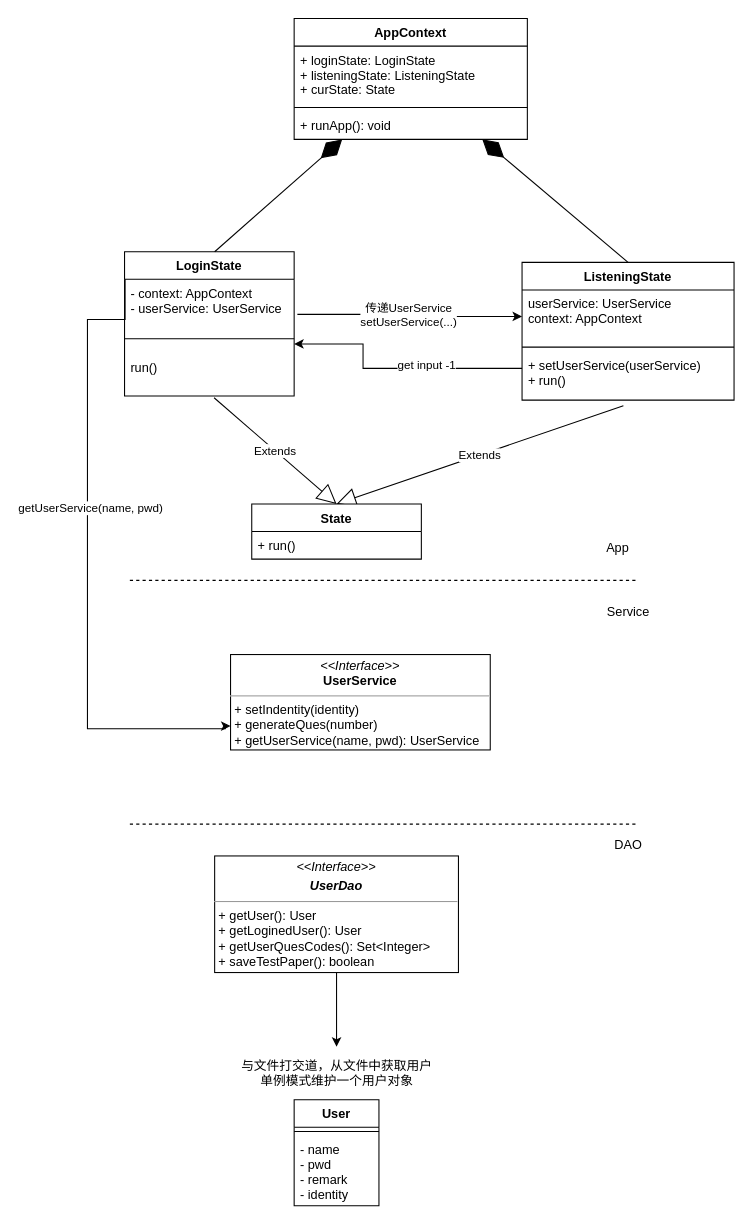
Above: Untitled Diagram.drawio in bankarian/pics (draw.io), before the change. Source tidied: cells renumbered, new cells numbered last; positions are measured from the earlier drawing's top-left corner, leaving out a move shared by most shapes. Both pictures are drawn from the tidied source at 106%, with x=0, y=0 at pixel (87, 18).
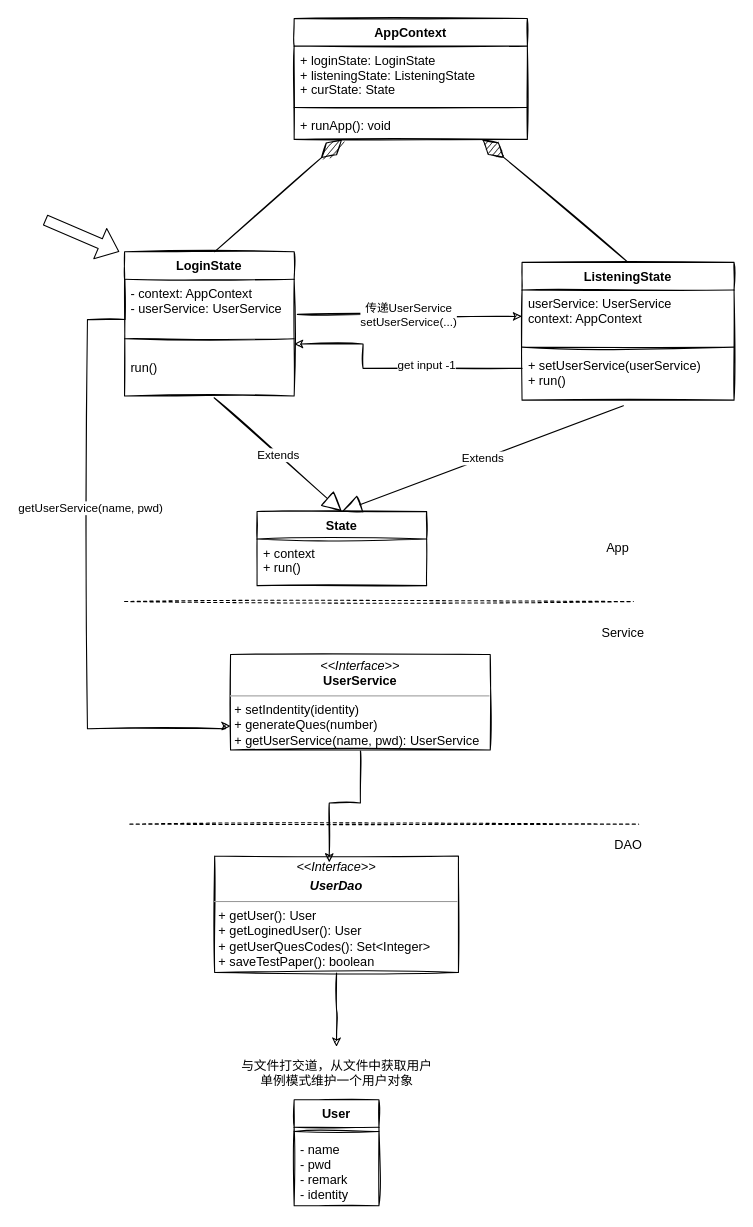
The same diagram, later.

Diff of the diagram source:
```diff
@@
-    <mxCell id="2" style="endArrow=none;dashed=1;html=1;" parent="1" edge="1">
+    <mxCell id="2" style="endArrow=none;dashed=1;html=1;sketch=1;" parent="1" edge="1">
       <mxGeometry relative="1" as="geometry">
         <mxPoint x="40" y="760" as="sourcePoint" />
         <mxPoint x="520" y="760" as="targetPoint" />
       </mxGeometry>
     </mxCell>
-    <mxCell id="3" value="DAO" style="text;html=1;align=center;verticalAlign=middle;" parent="1" vertex="1">
+    <mxCell id="3" value="DAO" style="text;html=1;align=center;verticalAlign=middle;sketch=1;" parent="1" vertex="1">
       <mxGeometry x="490" y="770" width="40" height="20" as="geometry" />
     </mxCell>
-    <mxCell id="4" style="endArrow=none;dashed=1;html=1;" parent="1" edge="1">
+    <mxCell id="4" style="endArrow=none;dashed=1;html=1;sketch=1;" parent="1" edge="1">
       <mxGeometry relative="1" as="geometry">
-        <mxPoint x="40" y="530" as="sourcePoint" />
-        <mxPoint x="520" y="530" as="targetPoint" />
+        <mxPoint x="35" y="550" as="sourcePoint" />
+        <mxPoint x="515" y="550" as="targetPoint" />
       </mxGeometry>
     </mxCell>
-    <mxCell id="5" value="Service" style="text;html=1;align=center;verticalAlign=middle;" parent="1" vertex="1">
-      <mxGeometry x="480" y="550" width="60" height="20" as="geometry" />
+    <mxCell id="5" value="Service" style="text;html=1;align=center;verticalAlign=middle;sketch=1;" parent="1" vertex="1">
+      <mxGeometry x="475" y="570" width="60" height="20" as="geometry" />
     </mxCell>
-    <mxCell id="6" value="App" style="text;html=1;align=center;verticalAlign=middle;" parent="1" vertex="1">
+    <mxCell id="6" value="App" style="text;html=1;align=center;verticalAlign=middle;sketch=1;" parent="1" vertex="1">
       <mxGeometry x="480" y="490" width="40" height="20" as="geometry" />
     </mxCell>
-    <mxCell id="7" style="edgeStyle=orthogonalEdgeStyle;rounded=0;jettySize=auto;html=1;" parent="1" edge="1" source="12">
+    <mxCell id="7" style="edgeStyle=orthogonalEdgeStyle;rounded=0;jettySize=auto;html=1;sketch=1;" parent="1" edge="1" source="12">
       <mxGeometry relative="1" as="geometry">
         <mxPoint x="235" y="970" as="targetPoint" />
       </mxGeometry>
     </mxCell>
-    <mxCell id="8" value="AppContext" style="swimlane;fontStyle=1;align=center;verticalAlign=top;horizontal=1;startSize=26;" parent="1" vertex="1">
+    <mxCell id="8" value="AppContext" style="swimlane;fontStyle=1;align=center;verticalAlign=top;horizontal=1;startSize=26;sketch=1;" parent="1" vertex="1">
       <mxGeometry x="195" width="220" height="114" as="geometry" />
     </mxCell>
-    <mxCell id="9" value="+ loginState: LoginState&#10;+ listeningState: ListeningState&#10;+ curState: State" style="text;strokeColor=none;fillColor=none;align=left;verticalAlign=top;spacingLeft=4;spacingRight=4;overflow=hidden;" parent="8" vertex="1">
+    <mxCell id="9" value="+ loginState: LoginState&#10;+ listeningState: ListeningState&#10;+ curState: State" style="text;strokeColor=none;fillColor=none;align=left;verticalAlign=top;spacingLeft=4;spacingRight=4;overflow=hidden;sketch=1;" parent="8" vertex="1">
       <mxGeometry y="26" width="220" height="54" as="geometry" />
     </mxCell>
-    <mxCell id="10" style="line;strokeWidth=1;fillColor=none;align=left;verticalAlign=middle;spacingTop=-1;spacingLeft=3;spacingRight=3;labelPosition=right;" parent="8" vertex="1">
+    <mxCell id="10" style="line;strokeWidth=1;fillColor=none;align=left;verticalAlign=middle;spacingTop=-1;spacingLeft=3;spacingRight=3;labelPosition=right;sketch=1;" parent="8" vertex="1">
       <mxGeometry y="80" width="220" height="8" as="geometry" />
     </mxCell>
-    <mxCell id="11" value="+ runApp(): void" style="text;strokeColor=none;fillColor=none;align=left;verticalAlign=top;spacingLeft=4;spacingRight=4;overflow=hidden;" parent="8" vertex="1">
+    <mxCell id="11" value="+ runApp(): void" style="text;strokeColor=none;fillColor=none;align=left;verticalAlign=top;spacingLeft=4;spacingRight=4;overflow=hidden;sketch=1;" parent="8" vertex="1">
       <mxGeometry y="88" width="220" height="26" as="geometry" />
     </mxCell>
-    <mxCell id="12" value="&lt;p style=&quot;margin: 0px ; margin-top: 4px ; text-align: center&quot;&gt;&lt;i&gt;&amp;lt;&amp;lt;Interface&amp;gt;&amp;gt;&lt;/i&gt;&lt;br&gt;&lt;/p&gt;&lt;p style=&quot;margin: 0px ; margin-top: 4px ; text-align: center&quot;&gt;&lt;i&gt;&lt;b&gt;UserDao&lt;/b&gt;&lt;/i&gt;&lt;/p&gt;&lt;hr size=&quot;1&quot;&gt;&lt;p style=&quot;margin: 0px ; margin-left: 4px&quot;&gt;+ getUser(): User&lt;/p&gt;&lt;p style=&quot;margin: 0px ; margin-left: 4px&quot;&gt;+ getLoginedUser(): User&lt;/p&gt;&lt;p style=&quot;margin: 0px ; margin-left: 4px&quot;&gt;+ getUserQuesCodes(): Set&amp;lt;Integer&amp;gt;&lt;/p&gt;&lt;p style=&quot;margin: 0px ; margin-left: 4px&quot;&gt;+ saveTestPaper(): boolean&lt;/p&gt;&lt;p style=&quot;margin: 0px ; margin-left: 4px&quot;&gt;&lt;br&gt;&lt;/p&gt;" style="verticalAlign=top;align=left;overflow=fill;fontSize=12;fontFamily=Helvetica;html=1;" parent="1" vertex="1">
+    <mxCell id="12" value="&lt;p style=&quot;margin: 0px ; margin-top: 4px ; text-align: center&quot;&gt;&lt;i&gt;&amp;lt;&amp;lt;Interface&amp;gt;&amp;gt;&lt;/i&gt;&lt;br&gt;&lt;/p&gt;&lt;p style=&quot;margin: 0px ; margin-top: 4px ; text-align: center&quot;&gt;&lt;i&gt;&lt;b&gt;UserDao&lt;/b&gt;&lt;/i&gt;&lt;/p&gt;&lt;hr size=&quot;1&quot;&gt;&lt;p style=&quot;margin: 0px ; margin-left: 4px&quot;&gt;+ getUser(): User&lt;/p&gt;&lt;p style=&quot;margin: 0px ; margin-left: 4px&quot;&gt;+ getLoginedUser(): User&lt;/p&gt;&lt;p style=&quot;margin: 0px ; margin-left: 4px&quot;&gt;+ getUserQuesCodes(): Set&amp;lt;Integer&amp;gt;&lt;/p&gt;&lt;p style=&quot;margin: 0px ; margin-left: 4px&quot;&gt;+ saveTestPaper(): boolean&lt;/p&gt;&lt;p style=&quot;margin: 0px ; margin-left: 4px&quot;&gt;&lt;br&gt;&lt;/p&gt;" style="verticalAlign=top;align=left;overflow=fill;fontSize=12;fontFamily=Helvetica;html=1;sketch=1;" parent="1" vertex="1">
       <mxGeometry x="120" y="790" width="230" height="110" as="geometry" />
     </mxCell>
-    <mxCell id="13" value="与文件打交道，从文件中获取用户&lt;br&gt;单例模式维护一个用户对象" style="text;html=1;align=center;verticalAlign=middle;" parent="1" vertex="1">
+    <mxCell id="13" value="与文件打交道，从文件中获取用户&lt;br&gt;单例模式维护一个用户对象" style="text;html=1;align=center;verticalAlign=middle;sketch=1;" parent="1" vertex="1">
       <mxGeometry x="135" y="980" width="200" height="30" as="geometry" />
     </mxCell>
+    <mxCell id="38" style="edgeStyle=orthogonalEdgeStyle;rounded=0;jettySize=auto;html=1;entryX=0.47;entryY=0.056;entryDx=0;entryDy=0;entryPerimeter=0;sketch=1;" parent="1" edge="1" source="14" target="12">
+      <mxGeometry relative="1" as="geometry" />
+    </mxCell>
-    <mxCell id="14" value="&lt;p style=&quot;margin: 0px ; margin-top: 4px ; text-align: center&quot;&gt;&lt;i&gt;&amp;lt;&amp;lt;Interface&amp;gt;&amp;gt;&lt;/i&gt;&lt;br&gt;&lt;b&gt;UserService&lt;/b&gt;&lt;/p&gt;&lt;hr size=&quot;1&quot;&gt;&lt;p style=&quot;margin: 0px ; margin-left: 4px&quot;&gt;+ setIndentity(identity)&lt;/p&gt;&lt;p style=&quot;margin: 0px ; margin-left: 4px&quot;&gt;+ generateQues(number)&lt;/p&gt;&lt;p style=&quot;margin: 0px ; margin-left: 4px&quot;&gt;+ getUserService(name, pwd): UserService&lt;/p&gt;" style="verticalAlign=top;align=left;overflow=fill;fontSize=12;fontFamily=Helvetica;html=1;" parent="1" vertex="1">
+    <mxCell id="14" value="&lt;p style=&quot;margin: 0px ; margin-top: 4px ; text-align: center&quot;&gt;&lt;i&gt;&amp;lt;&amp;lt;Interface&amp;gt;&amp;gt;&lt;/i&gt;&lt;br&gt;&lt;b&gt;UserService&lt;/b&gt;&lt;/p&gt;&lt;hr size=&quot;1&quot;&gt;&lt;p style=&quot;margin: 0px ; margin-left: 4px&quot;&gt;+ setIndentity(identity)&lt;/p&gt;&lt;p style=&quot;margin: 0px ; margin-left: 4px&quot;&gt;+ generateQues(number)&lt;/p&gt;&lt;p style=&quot;margin: 0px ; margin-left: 4px&quot;&gt;+ getUserService(name, pwd): UserService&lt;/p&gt;" style="verticalAlign=top;align=left;overflow=fill;fontSize=12;fontFamily=Helvetica;html=1;sketch=1;" parent="1" vertex="1">
       <mxGeometry x="135" y="600" width="245" height="90" as="geometry" />
     </mxCell>
-    <mxCell id="15" style="edgeStyle=orthogonalEdgeStyle;rounded=0;jettySize=auto;html=1;exitX=1.019;exitY=0.788;exitDx=0;exitDy=0;exitPerimeter=0;" parent="1" edge="1" source="23" target="30">
+    <mxCell id="15" style="edgeStyle=orthogonalEdgeStyle;rounded=0;jettySize=auto;html=1;exitX=1.019;exitY=0.788;exitDx=0;exitDy=0;exitPerimeter=0;sketch=1;" parent="1" edge="1" source="23" target="30">
       <mxGeometry relative="1" as="geometry" />
     </mxCell>
-    <mxCell id="16" value="传递UserService&lt;br&gt;setUserService(...)" style="edgeLabel;html=1;align=center;verticalAlign=middle;" parent="15" vertex="1">
+    <mxCell id="16" value="传递UserService&lt;br&gt;setUserService(...)" style="edgeLabel;html=1;align=center;verticalAlign=middle;sketch=1;" parent="15" vertex="1">
       <mxGeometry x="-0.17" y="-2" relative="1" as="geometry">
         <mxPoint x="15" y="-2" as="offset" />
       </mxGeometry>
     </mxCell>
-    <mxCell id="17" value="Extends" style="endArrow=block;endSize=16;endFill=0;html=1;entryX=0.5;entryY=0;entryDx=0;entryDy=0;exitX=0.478;exitY=1.115;exitDx=0;exitDy=0;exitPerimeter=0;" parent="1" edge="1" source="32" target="36">
+    <mxCell id="17" value="Extends" style="endArrow=block;endSize=16;endFill=0;html=1;entryX=0.5;entryY=0;entryDx=0;entryDy=0;exitX=0.478;exitY=1.115;exitDx=0;exitDy=0;exitPerimeter=0;sketch=1;" parent="1" edge="1" source="32" target="36">
       <mxGeometry relative="1" as="geometry" />
     </mxCell>
-    <mxCell id="18" value="Extends" style="endArrow=block;endSize=16;endFill=0;html=1;exitX=0.528;exitY=1.043;exitDx=0;exitDy=0;entryX=0.5;entryY=0;entryDx=0;entryDy=0;exitPerimeter=0;" parent="1" edge="1" source="25" target="36">
+    <mxCell id="18" value="Extends" style="endArrow=block;endSize=16;endFill=0;html=1;exitX=0.528;exitY=1.043;exitDx=0;exitDy=0;entryX=0.5;entryY=0;entryDx=0;entryDy=0;exitPerimeter=0;sketch=1;" parent="1" edge="1" source="25" target="36">
       <mxGeometry relative="1" as="geometry" />
     </mxCell>
-    <mxCell id="19" style="edgeStyle=orthogonalEdgeStyle;rounded=0;jettySize=auto;html=1;entryX=0;entryY=0.75;entryDx=0;entryDy=0;exitX=0.003;exitY=0.151;exitDx=0;exitDy=0;exitPerimeter=0;" parent="1" edge="1" source="21" target="14">
+    <mxCell id="19" style="edgeStyle=orthogonalEdgeStyle;rounded=0;jettySize=auto;html=1;entryX=0;entryY=0.75;entryDx=0;entryDy=0;exitX=0.003;exitY=0.151;exitDx=0;exitDy=0;exitPerimeter=0;sketch=1;" parent="1" edge="1" source="21" target="14">
       <mxGeometry relative="1" as="geometry">
         <Array as="points">
           <mxPoint x="36" y="284" />
           <mxPoint y="284" />
           <mxPoint y="670" />
           <mxPoint x="130" y="670" />
           <mxPoint x="130" y="668" />
         </Array>
       </mxGeometry>
     </mxCell>
-    <mxCell id="20" value="getUserService(name, pwd)" style="edgeLabel;html=1;align=center;verticalAlign=middle;" parent="19" vertex="1">
+    <mxCell id="20" value="getUserService(name, pwd)" style="edgeLabel;html=1;align=center;verticalAlign=middle;sketch=1;" parent="19" vertex="1">
       <mxGeometry x="-0.15" y="2" relative="1" as="geometry" />
     </mxCell>
-    <mxCell id="21" value="LoginState" style="swimlane;fontStyle=1;align=center;verticalAlign=top;horizontal=1;startSize=26;" parent="1" vertex="1">
+    <mxCell id="21" value="LoginState" style="swimlane;fontStyle=1;align=center;verticalAlign=top;horizontal=1;startSize=26;sketch=1;" parent="1" vertex="1">
       <mxGeometry x="35" y="220" width="160" height="136" as="geometry" />
     </mxCell>
-    <mxCell id="22" style="endArrow=diamondThin;endFill=1;endSize=24;html=1;" parent="21" edge="1" target="8">
+    <mxCell id="22" style="endArrow=diamondThin;endFill=1;endSize=24;html=1;sketch=1;" parent="21" edge="1" target="8">
       <mxGeometry relative="1" as="geometry">
         <mxPoint x="85" as="sourcePoint" />
       </mxGeometry>
     </mxCell>
-    <mxCell id="23" value="- context: AppContext &#10;- userService: UserService" style="text;strokeColor=none;fillColor=none;align=left;verticalAlign=top;spacingLeft=4;spacingRight=4;overflow=hidden;points=[[0,0.5],[1,0.5]];portConstraint=eastwest;" parent="21" vertex="1">
+    <mxCell id="23" value="- context: AppContext &#10;- userService: UserService" style="text;strokeColor=none;fillColor=none;align=left;verticalAlign=top;spacingLeft=4;spacingRight=4;overflow=hidden;points=[[0,0.5],[1,0.5]];portConstraint=eastwest;sketch=1;" parent="21" vertex="1">
       <mxGeometry y="26" width="160" height="42" as="geometry" />
     </mxCell>
-    <mxCell id="24" style="line;strokeWidth=1;fillColor=none;align=left;verticalAlign=middle;spacingTop=-1;spacingLeft=3;spacingRight=3;labelPosition=right;" parent="21" vertex="1">
+    <mxCell id="24" style="line;strokeWidth=1;fillColor=none;align=left;verticalAlign=middle;spacingTop=-1;spacingLeft=3;spacingRight=3;labelPosition=right;sketch=1;" parent="21" vertex="1">
       <mxGeometry y="68" width="160" height="28" as="geometry" />
     </mxCell>
-    <mxCell id="25" value="run()&#10;" style="text;strokeColor=none;fillColor=none;align=left;verticalAlign=top;spacingLeft=4;spacingRight=4;overflow=hidden;points=[[0,0.5],[1,0.5]];portConstraint=eastwest;" parent="21" vertex="1">
+    <mxCell id="25" value="run()&#10;" style="text;strokeColor=none;fillColor=none;align=left;verticalAlign=top;spacingLeft=4;spacingRight=4;overflow=hidden;points=[[0,0.5],[1,0.5]];portConstraint=eastwest;sketch=1;" parent="21" vertex="1">
       <mxGeometry y="96" width="160" height="40" as="geometry" />
     </mxCell>
-    <mxCell id="26" style="edgeStyle=orthogonalEdgeStyle;rounded=0;jettySize=auto;html=1;" parent="1" edge="1" source="28" target="21">
+    <mxCell id="26" style="edgeStyle=orthogonalEdgeStyle;rounded=0;jettySize=auto;html=1;sketch=1;" parent="1" edge="1" source="28" target="21">
       <mxGeometry relative="1" as="geometry">
         <Array as="points">
           <mxPoint x="260" y="330" />
           <mxPoint x="260" y="307" />
         </Array>
       </mxGeometry>
     </mxCell>
-    <mxCell id="27" value="get input -1" style="edgeLabel;html=1;align=center;verticalAlign=middle;" parent="26" vertex="1">
+    <mxCell id="27" value="get input -1" style="edgeLabel;html=1;align=center;verticalAlign=middle;sketch=1;" parent="26" vertex="1">
       <mxGeometry x="-0.04" y="-1" relative="1" as="geometry">
         <mxPoint x="23" y="-3" as="offset" />
       </mxGeometry>
     </mxCell>
-    <mxCell id="28" value="ListeningState" style="swimlane;fontStyle=1;align=center;verticalAlign=top;horizontal=1;startSize=26;" parent="1" vertex="1">
+    <mxCell id="28" value="ListeningState" style="swimlane;fontStyle=1;align=center;verticalAlign=top;horizontal=1;startSize=26;sketch=1;" parent="1" vertex="1">
       <mxGeometry x="410" y="230" width="200" height="130" as="geometry" />
     </mxCell>
-    <mxCell id="29" style="endArrow=diamondThin;endFill=1;endSize=24;html=1;" parent="28" edge="1" target="8">
+    <mxCell id="29" style="endArrow=diamondThin;endFill=1;endSize=24;html=1;sketch=1;" parent="28" edge="1" target="8">
       <mxGeometry relative="1" as="geometry">
         <mxPoint x="100" as="sourcePoint" />
       </mxGeometry>
     </mxCell>
-    <mxCell id="30" value="userService: UserService&#10;context: AppContext" style="text;strokeColor=none;fillColor=none;align=left;verticalAlign=top;spacingLeft=4;spacingRight=4;overflow=hidden;points=[[0,0.5],[1,0.5]];portConstraint=eastwest;" parent="28" vertex="1">
+    <mxCell id="30" value="userService: UserService&#10;context: AppContext" style="text;strokeColor=none;fillColor=none;align=left;verticalAlign=top;spacingLeft=4;spacingRight=4;overflow=hidden;points=[[0,0.5],[1,0.5]];portConstraint=eastwest;sketch=1;" parent="28" vertex="1">
       <mxGeometry y="26" width="200" height="50" as="geometry" />
     </mxCell>
-    <mxCell id="31" style="line;strokeWidth=1;fillColor=none;align=left;verticalAlign=middle;spacingTop=-1;spacingLeft=3;spacingRight=3;labelPosition=right;" parent="28" vertex="1">
+    <mxCell id="31" style="line;strokeWidth=1;fillColor=none;align=left;verticalAlign=middle;spacingTop=-1;spacingLeft=3;spacingRight=3;labelPosition=right;sketch=1;" parent="28" vertex="1">
       <mxGeometry y="76" width="200" height="8" as="geometry" />
     </mxCell>
-    <mxCell id="32" value="+ setUserService(userService)&#10;+ run()" style="text;strokeColor=none;fillColor=none;align=left;verticalAlign=top;spacingLeft=4;spacingRight=4;overflow=hidden;points=[[0,0.5],[1,0.5]];portConstraint=eastwest;" parent="28" vertex="1">
+    <mxCell id="32" value="+ setUserService(userService)&#10;+ run()" style="text;strokeColor=none;fillColor=none;align=left;verticalAlign=top;spacingLeft=4;spacingRight=4;overflow=hidden;points=[[0,0.5],[1,0.5]];portConstraint=eastwest;sketch=1;" parent="28" vertex="1">
       <mxGeometry y="84" width="200" height="46" as="geometry" />
     </mxCell>
-    <mxCell id="33" value="User" style="swimlane;fontStyle=1;align=center;verticalAlign=top;horizontal=1;startSize=26;" parent="1" vertex="1">
+    <mxCell id="33" value="User" style="swimlane;fontStyle=1;align=center;verticalAlign=top;horizontal=1;startSize=26;sketch=1;" parent="1" vertex="1">
       <mxGeometry x="195" y="1020" width="80" height="100" as="geometry" />
     </mxCell>
-    <mxCell id="34" style="line;strokeWidth=1;fillColor=none;align=left;verticalAlign=middle;spacingTop=-1;spacingLeft=3;spacingRight=3;labelPosition=right;" parent="33" vertex="1">
+    <mxCell id="34" style="line;strokeWidth=1;fillColor=none;align=left;verticalAlign=middle;spacingTop=-1;spacingLeft=3;spacingRight=3;labelPosition=right;sketch=1;" parent="33" vertex="1">
       <mxGeometry y="26" width="80" height="8" as="geometry" />
     </mxCell>
-    <mxCell id="35" value="- name&#10;- pwd&#10;- remark&#10;- identity" style="text;strokeColor=none;fillColor=none;align=left;verticalAlign=top;spacingLeft=4;spacingRight=4;overflow=hidden;" parent="33" vertex="1">
+    <mxCell id="35" value="- name&#10;- pwd&#10;- remark&#10;- identity" style="text;strokeColor=none;fillColor=none;align=left;verticalAlign=top;spacingLeft=4;spacingRight=4;overflow=hidden;sketch=1;" parent="33" vertex="1">
       <mxGeometry y="34" width="80" height="66" as="geometry" />
     </mxCell>
-    <mxCell id="36" value="State" style="swimlane;fontStyle=1;align=center;verticalAlign=top;horizontal=1;startSize=26;" parent="1" vertex="1">
-      <mxGeometry x="155" y="458" width="160" height="52" as="geometry" />
+    <mxCell id="36" value="State" style="swimlane;fontStyle=1;align=center;verticalAlign=top;horizontal=1;startSize=26;sketch=1;" parent="1" vertex="1">
+      <mxGeometry x="160" y="465" width="160" height="70" as="geometry" />
     </mxCell>
-    <mxCell id="37" value="+ run()" style="text;strokeColor=none;fillColor=none;align=left;verticalAlign=top;spacingLeft=4;spacingRight=4;overflow=hidden;" parent="36" vertex="1">
-      <mxGeometry y="26" width="160" height="26" as="geometry" />
+    <mxCell id="37" value="+ context&#10;+ run()" style="text;strokeColor=none;fillColor=none;align=left;verticalAlign=top;spacingLeft=4;spacingRight=4;overflow=hidden;sketch=1;" parent="36" vertex="1">
+      <mxGeometry y="26" width="160" height="44" as="geometry" />
     </mxCell>
+    <mxCell id="39" style="shape=flexArrow;endArrow=classic;html=1;" parent="1" edge="1">
+      <mxGeometry relative="1" as="geometry">
+        <mxPoint x="-40" y="190" as="sourcePoint" />
+        <mxPoint x="30" y="220" as="targetPoint" />
+      </mxGeometry>
+    </mxCell>
```
